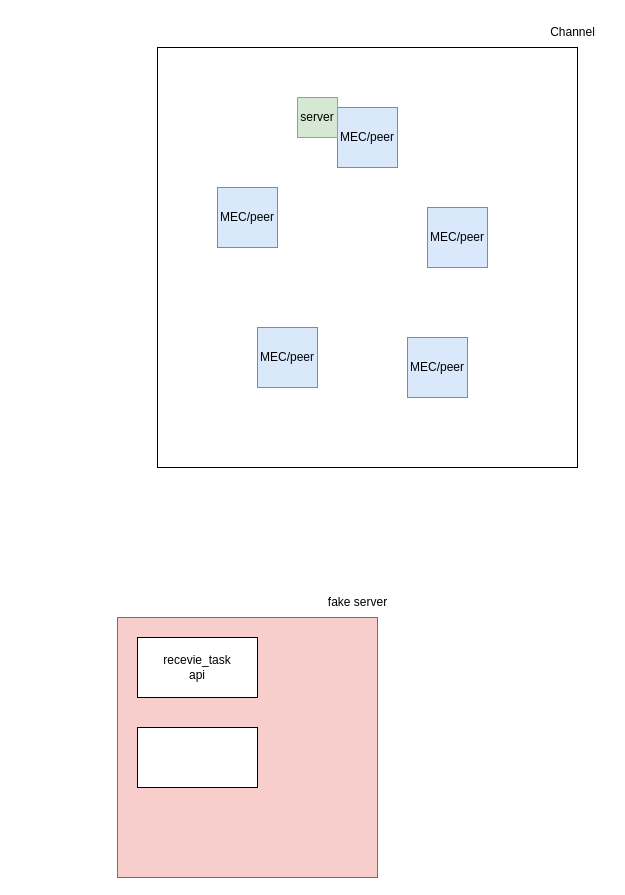
Before: hyper_daisy.drawio in 278100598/1078, a draw.io diagram. Source tidied: cells renumbered, new cells numbered last; positions are measured from the earlier drawing's top-left corner, leaving out a move shared by most shapes. Both pictures are drawn from the tidied source at 100%, with x=0, y=0 at pixel (117, 17).
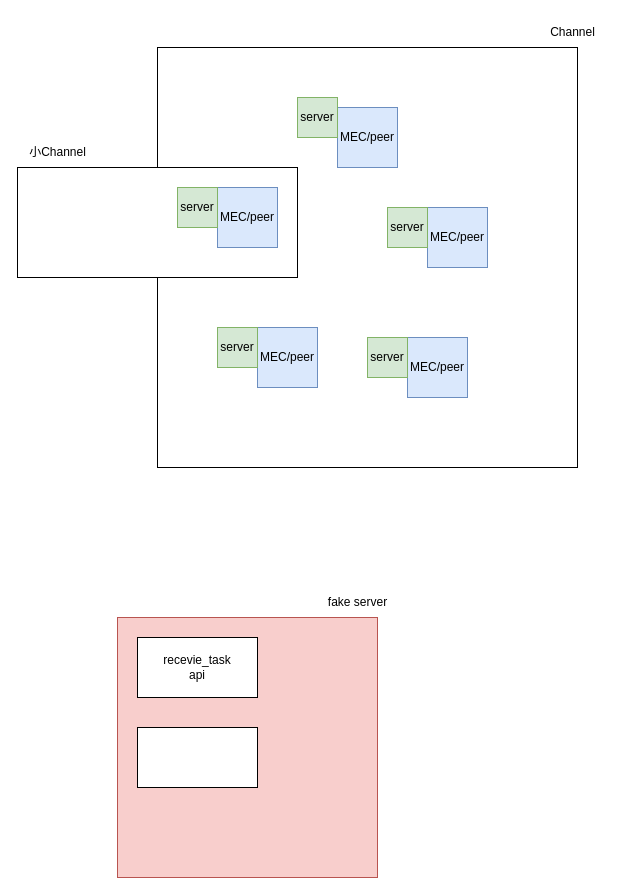
Above is the later version.

What changed in the source:
```diff
@@
 <mxGraphModel>
   <root>
     <mxCell id="0" />
     <mxCell id="1" parent="0" />
     <mxCell id="2" style="whiteSpace=wrap;html=1;" parent="1" vertex="1">
       <mxGeometry x="40" y="30" width="420" height="420" as="geometry" />
     </mxCell>
-    <mxCell id="3" value="MEC/peer" style="whiteSpace=wrap;html=1;fillColor=#dae8fc;strokeColor=#6c8ebf;" parent="1" vertex="1">
-      <mxGeometry x="100" y="170" width="60" height="60" as="geometry" />
-    </mxCell>
     <mxCell id="4" value="MEC/peer" style="whiteSpace=wrap;html=1;fillColor=#dae8fc;strokeColor=#6c8ebf;" parent="1" vertex="1">
       <mxGeometry x="220" y="90" width="60" height="60" as="geometry" />
     </mxCell>
     <mxCell id="5" value="MEC/peer" style="whiteSpace=wrap;html=1;fillColor=#dae8fc;strokeColor=#6c8ebf;" parent="1" vertex="1">
       <mxGeometry x="140" y="310" width="60" height="60" as="geometry" />
     </mxCell>
     <mxCell id="6" value="MEC/peer" style="whiteSpace=wrap;html=1;fillColor=#dae8fc;strokeColor=#6c8ebf;" parent="1" vertex="1">
       <mxGeometry x="290" y="320" width="60" height="60" as="geometry" />
     </mxCell>
     <mxCell id="7" value="MEC/peer" style="whiteSpace=wrap;html=1;fillColor=#dae8fc;strokeColor=#6c8ebf;" parent="1" vertex="1">
       <mxGeometry x="310" y="190" width="60" height="60" as="geometry" />
     </mxCell>
     <mxCell id="8" value="Channel" style="text;html=1;align=center;verticalAlign=middle;strokeColor=none;fillColor=none;" parent="1" vertex="1">
       <mxGeometry x="420" width="70" height="30" as="geometry" />
     </mxCell>
     <mxCell id="9" value="server" style="whiteSpace=wrap;html=1;fillColor=#d5e8d4;strokeColor=#82b366;" parent="1" vertex="1">
       <mxGeometry x="180" y="80" width="40" height="40" as="geometry" />
     </mxCell>
     <mxCell id="10" style="whiteSpace=wrap;html=1;fillColor=#f8cecc;strokeColor=#b85450;" parent="1" vertex="1">
       <mxGeometry y="600" width="260" height="260" as="geometry" />
     </mxCell>
     <mxCell id="11" value="fake server" style="text;html=1;align=center;verticalAlign=middle;strokeColor=none;fillColor=none;" parent="1" vertex="1">
       <mxGeometry x="200" y="570" width="80" height="30" as="geometry" />
     </mxCell>
     <mxCell id="12" value="recevie_task&lt;br&gt;api" style="rounded=0;whiteSpace=wrap;html=1;" parent="1" vertex="1">
       <mxGeometry x="20" y="620" width="120" height="60" as="geometry" />
     </mxCell>
     <mxCell id="13" style="rounded=0;whiteSpace=wrap;html=1;" parent="1" vertex="1">
       <mxGeometry x="20" y="710" width="120" height="60" as="geometry" />
     </mxCell>
+    <mxCell id="14" value="server" style="whiteSpace=wrap;html=1;fillColor=#d5e8d4;strokeColor=#82b366;" parent="1" vertex="1">
+      <mxGeometry x="100" y="310" width="40" height="40" as="geometry" />
+    </mxCell>
+    <mxCell id="15" value="server" style="whiteSpace=wrap;html=1;fillColor=#d5e8d4;strokeColor=#82b366;" parent="1" vertex="1">
+      <mxGeometry x="270" y="190" width="40" height="40" as="geometry" />
+    </mxCell>
+    <mxCell id="16" value="server" style="whiteSpace=wrap;html=1;fillColor=#d5e8d4;strokeColor=#82b366;" parent="1" vertex="1">
+      <mxGeometry x="250" y="320" width="40" height="40" as="geometry" />
+    </mxCell>
+    <mxCell id="17" style="rounded=0;whiteSpace=wrap;html=1;" parent="1" vertex="1">
+      <mxGeometry x="-100" y="150" width="280" height="110" as="geometry" />
+    </mxCell>
+    <mxCell id="3" value="MEC/peer" style="whiteSpace=wrap;html=1;fillColor=#dae8fc;strokeColor=#6c8ebf;" parent="1" vertex="1">
+      <mxGeometry x="100" y="170" width="60" height="60" as="geometry" />
+    </mxCell>
+    <mxCell id="18" value="server" style="whiteSpace=wrap;html=1;fillColor=#d5e8d4;strokeColor=#82b366;" parent="1" vertex="1">
+      <mxGeometry x="60" y="170" width="40" height="40" as="geometry" />
+    </mxCell>
+    <mxCell id="19" value="小Channel" style="text;html=1;align=center;verticalAlign=middle;strokeColor=none;fillColor=none;" parent="1" vertex="1">
+      <mxGeometry x="-100" y="120" width="80" height="30" as="geometry" />
+    </mxCell>
   </root>
 </mxGraphModel>
```
